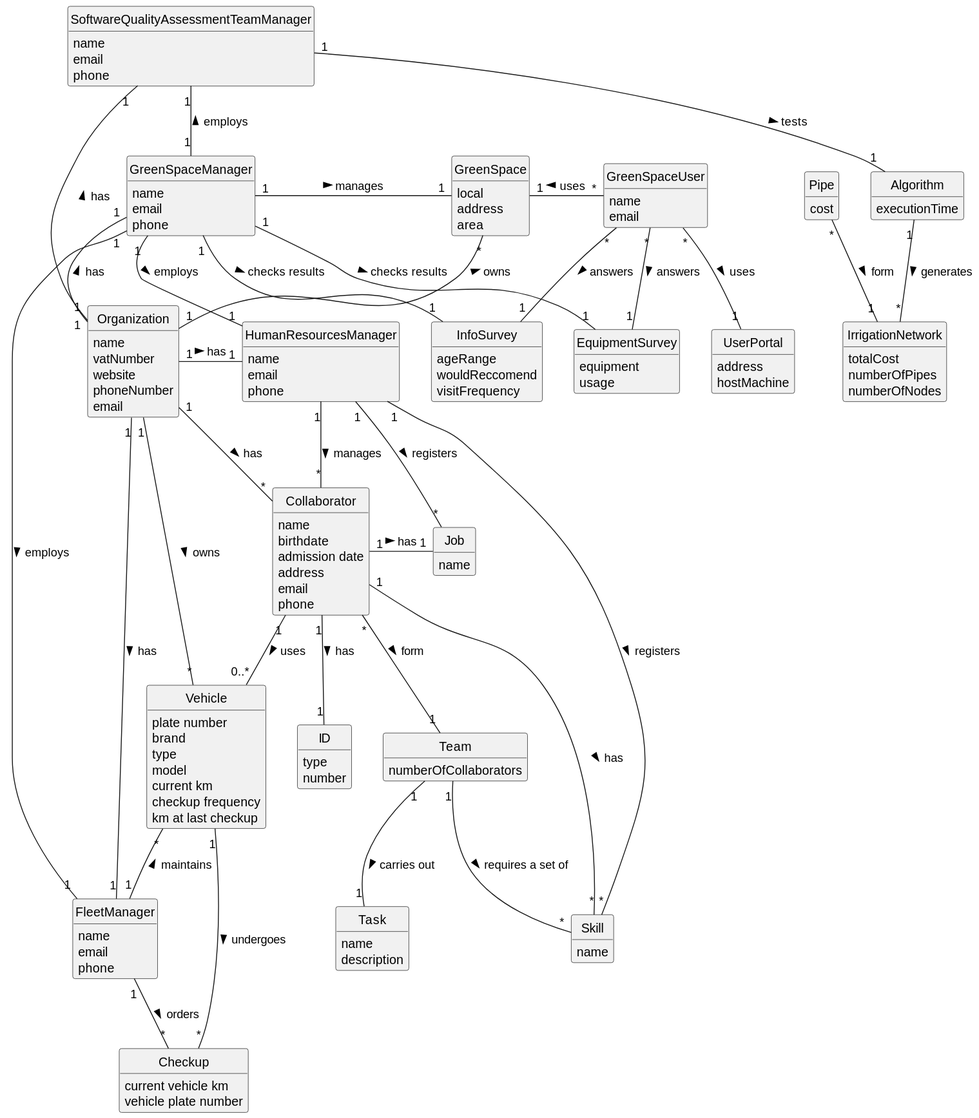
The PlantUML diagram docs/sprintB/global-artifacts/02.analysis/svg/project-domain-model.svg in Departamento-de-Engenharia-Informatica/lei-24-s2-1dkl-g134, before a commit. The source it was exported from:
```plantuml
@startuml
skinparam monochrome true
skinparam packageStyle rectangle
skinparam shadowing false

skinparam classAttributeIconSize 0

hide circle
hide methods

class GreenSpace{
    local
    address
    area
}

class Organization {
    name
    vatNumber
    website
    phoneNumber
    email
}

class Vehicle {
    plate number
    brand
    type
    model
    current km
    checkup frequency
    km at last checkup
}

class Checkup {
    current vehicle km
    vehicle plate number
}

class FleetManager {
    name
    email
    phone
}

class HumanResourcesManager {
    name
    email
    phone
}

class GreenSpaceManager {
    name
    email
    phone
}

class GreenSpaceUser {
    name
    email
}

class Collaborator {
    name
    birthdate
    admission date
    address
    email
    phone
}

class ID {
    type
    number
}

class Job {
    name
}

class Skill {
    name
}

class Team {
    numberOfCollaborators
}

class Task {
    name
    description
}

class Pipe {
    cost
}

class IrrigationNetwork {
    totalCost
    numberOfPipes
    numberOfNodes
}

class SoftwareQualityAssessmentTeamManager {
    name
    email
    phone
}

class Algorithm {
    executionTime
}

class EquipmentSurvey {
    equipment
    usage
}

class InfoSurvey {
    ageRange
    wouldReccomend
    visitFrequency
}

class UserPortal {
    address
    hostMachine
}

Organization "1" - "*" Collaborator : has >
Organization "1" - "1" FleetManager : has >
Organization "1" - "1" HumanResourcesManager : has >
Organization "1" -up- "1" GreenSpaceManager : has >
Organization "1" -up- "1" SoftwareQualityAssessmentTeamManager : has >
Organization "1" -up- "*" GreenSpace : owns >
GreenSpaceManager "1" - "1" GreenSpace : manages >
GreenSpaceManager "1" -down- "1" FleetManager : employs >
GreenSpaceManager "1" - "1" HumanResourcesManager : employs >
GreenSpaceManager "1" -up- "1" SoftwareQualityAssessmentTeamManager : employs >
GreenSpaceUser "*" -left- "1" GreenSpace : uses >
Organization "1" - "*" Vehicle: owns >
Vehicle "1" - "*" Checkup: undergoes >
HumanResourcesManager "1" -down- "*" Collaborator : manages >
Collaborator "1" -- "0..*" Vehicle : uses >
HumanResourcesManager "1" -- "*" Skill : registers >
HumanResourcesManager "1" -- "*" Job : registers >
Collaborator "1" -- "*" Skill : has >
Collaborator "1" -right- "1" Job : has >
Collaborator "1" -- "1" ID : has >
FleetManager "1" -up- "*" Vehicle : maintains >
FleetManager "1" -- "*" Checkup : orders >
Team "1" -- "1" Task : carries out >
Team "1" -- "*" Skill : requires a set of >
Collaborator "*" -- "1" Team : form >
Pipe "*" -- "1" IrrigationNetwork : form >
Algorithm "1" -- "*" IrrigationNetwork : generates >
SoftwareQualityAssessmentTeamManager "1" -- "1" Algorithm : tests >
GreenSpaceUser "*" -- "1" InfoSurvey : answers >
GreenSpaceUser "*" -- "1" EquipmentSurvey : answers >
GreenSpaceUser "*" -- "1" UserPortal : uses >
GreenSpaceManager "1" - "1" InfoSurvey : checks results >
GreenSpaceManager "1" - "1" EquipmentSurvey : checks results >
@enduml
```
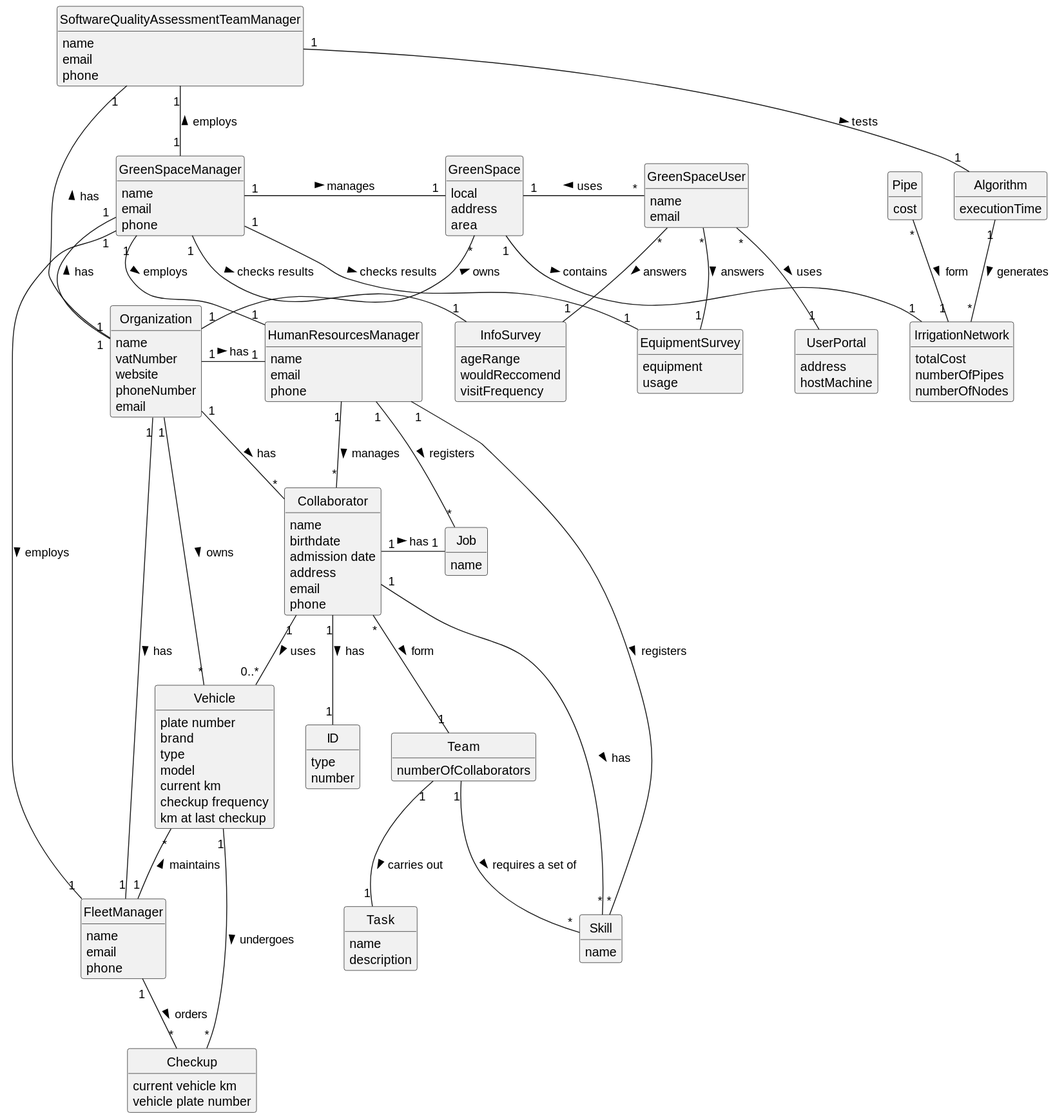
After the change.

Commit message:
domain model us13

Diff of the diagram source:
```diff
@@ -160,4 +160,5 @@
 GreenSpaceUser "*" -- "1" UserPortal : uses >
 GreenSpaceManager "1" - "1" InfoSurvey : checks results >
 GreenSpaceManager "1" - "1" EquipmentSurvey : checks results >
+GreenSpace "1"-"1" IrrigationNetwork : contains >
 @enduml
```
